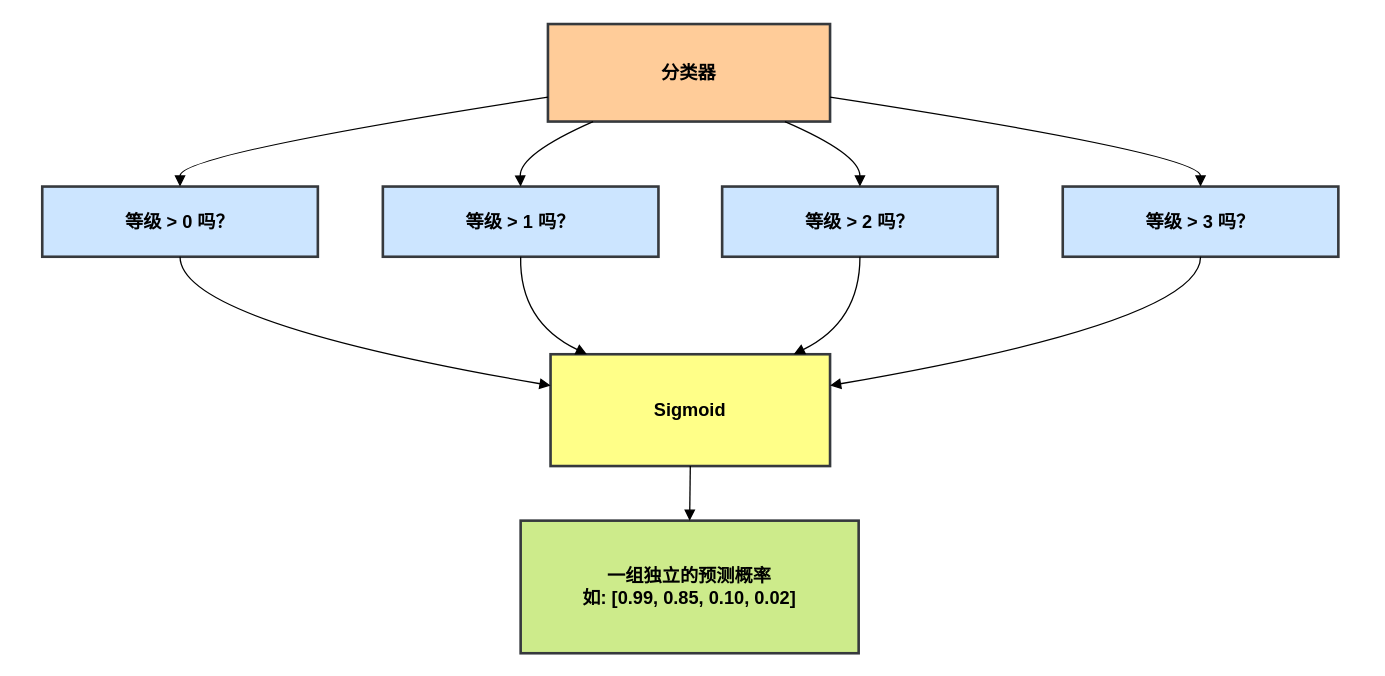
The draw.io diagram 有序回归.drawio in vldzyzy/special-waffle, before the edit. Source tidied: cells renumbered, new cells numbered last; positions are measured from the earlier drawing's top-left corner, leaving out a move shared by most shapes. Both pictures are drawn from the tidied source at 130%, with x=0, y=0 at pixel (42, 23).
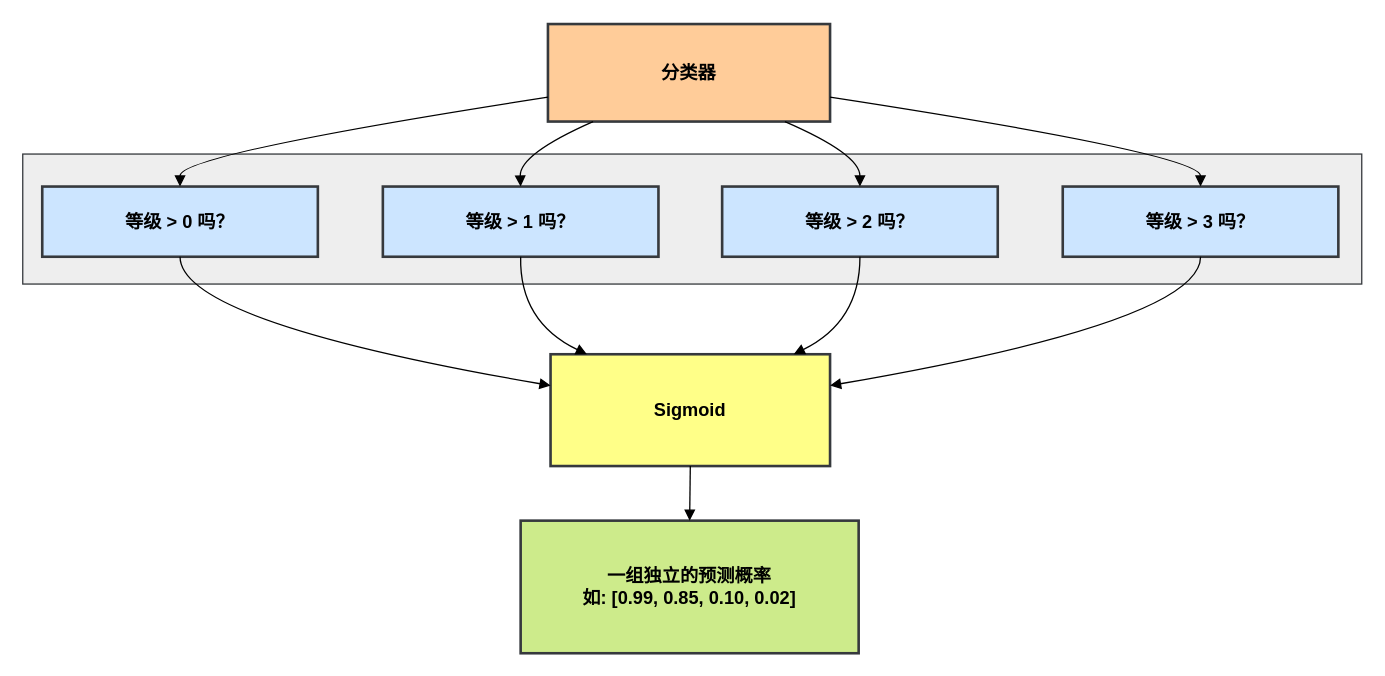
The same page after the edit.

Commit message:
更新有序回归.drawio

The edit, as a diff of the source:
```diff
@@
+    <mxCell id="18" style="rounded=0;whiteSpace=wrap;html=1;fillColor=#eeeeee;strokeColor=#36393d;" parent="1" vertex="1">
+      <mxGeometry x="-15" y="100" width="1030" height="100" as="geometry" />
+    </mxCell>
```
